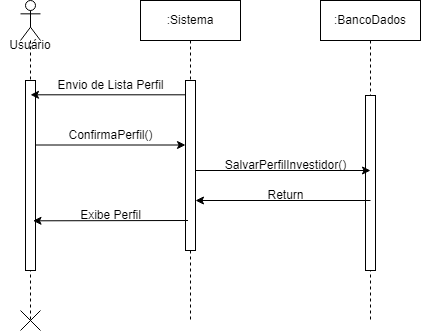
ThePlano/Projeto-CC5511---ENGENHARIA-DE-SOFTWARE keeps this draw.io diagram as Diagrama_sequencia_preencher_perfil.png. Above is the earlier version. Source tidied: cells renumbered, new cells last; positions are measured from the earlier drawing's top-left corner, leaving out a move shared by most shapes.
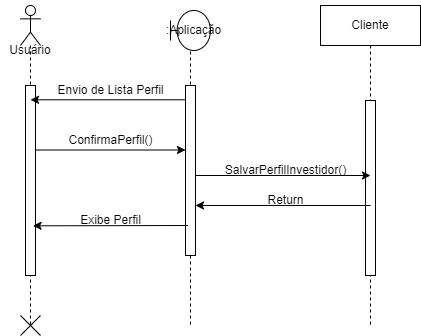
The same diagram one commit later.

The edit, as a diff of the source:
```diff
@@ -8,7 +8,7 @@
     <mxCell id="3" style="html=1;points=[];perimeter=orthogonalPerimeter;outlineConnect=0;targetShapes=umlLifeline;portConstraint=eastwest;newEdgeStyle={&quot;edgeStyle&quot;:&quot;elbowEdgeStyle&quot;,&quot;elbow&quot;:&quot;vertical&quot;,&quot;curved&quot;:0,&quot;rounded&quot;:0};" parent="2" vertex="1">
       <mxGeometry x="45" y="80" width="10" height="170" as="geometry" />
     </mxCell>
-    <mxCell id="4" value=":BancoDados" style="shape=umlLifeline;perimeter=lifelinePerimeter;whiteSpace=wrap;html=1;newEdgeStyle={&quot;edgeStyle&quot;:&quot;elbowEdgeStyle&quot;,&quot;elbow&quot;:&quot;vertical&quot;,&quot;curved&quot;:0,&quot;rounded&quot;:0};" parent="1" vertex="1">
+    <mxCell id="4" value="Cliente" style="shape=umlLifeline;perimeter=lifelinePerimeter;whiteSpace=wrap;html=1;newEdgeStyle={&quot;edgeStyle&quot;:&quot;elbowEdgeStyle&quot;,&quot;elbow&quot;:&quot;vertical&quot;,&quot;curved&quot;:0,&quot;rounded&quot;:0};" parent="1" vertex="1">
       <mxGeometry x="320" width="100" height="320" as="geometry" />
     </mxCell>
     <mxCell id="5" style="html=1;perimeter=orthogonalPerimeter;targetShapes=umlLifeline;newEdgeStyle={&quot;edgeStyle&quot;:&quot;elbowEdgeStyle&quot;,&quot;elbow&quot;:&quot;vertical&quot;,&quot;curved&quot;:0,&quot;rounded&quot;:0};" parent="4" vertex="1">
@@ -70,5 +70,11 @@
     <mxCell id="19" value="Exibe Perfil" style="text;html=1;align=center;verticalAlign=middle;strokeColor=none;fillColor=none;" parent="1" vertex="1">
       <mxGeometry x="70" y="200" width="80" height="30" as="geometry" />
     </mxCell>
+    <mxCell id="20" style="rounded=0;whiteSpace=wrap;html=1;strokeColor=none;" parent="1" vertex="1">
+      <mxGeometry x="130" y="-5" width="120" height="50" as="geometry" />
+    </mxCell>
+    <mxCell id="21" value=":Aplicação" style="shape=umlBoundary;whiteSpace=wrap;html=1;" parent="1" vertex="1">
+      <mxGeometry x="170" y="5" width="40" height="40" as="geometry" />
+    </mxCell>
   </root>
 </mxGraphModel>
```
